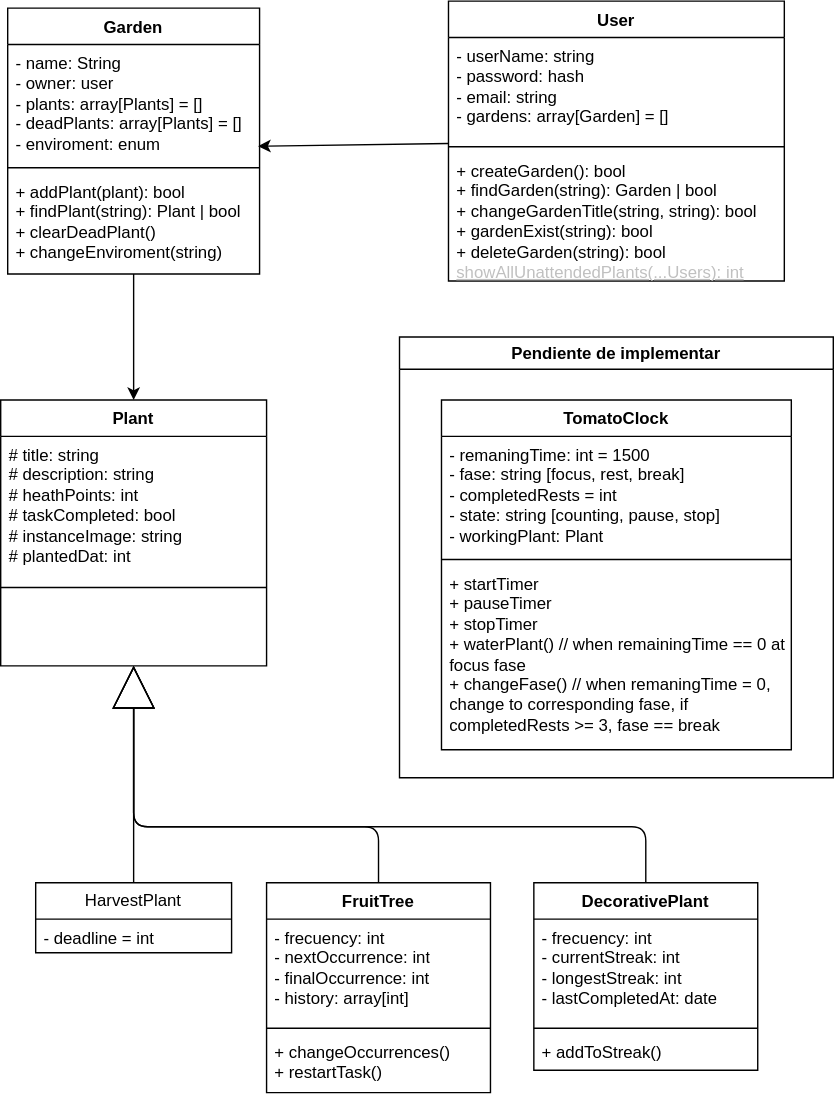
Above: utils/uml-pomodoro-garden.drawio.svg in danielmoralesar/pomodoro-garden (draw.io), before the change. Source tidied: cells renumbered, new cells last; positions are measured from the earlier drawing's top-left corner, leaving out a move shared by most shapes.
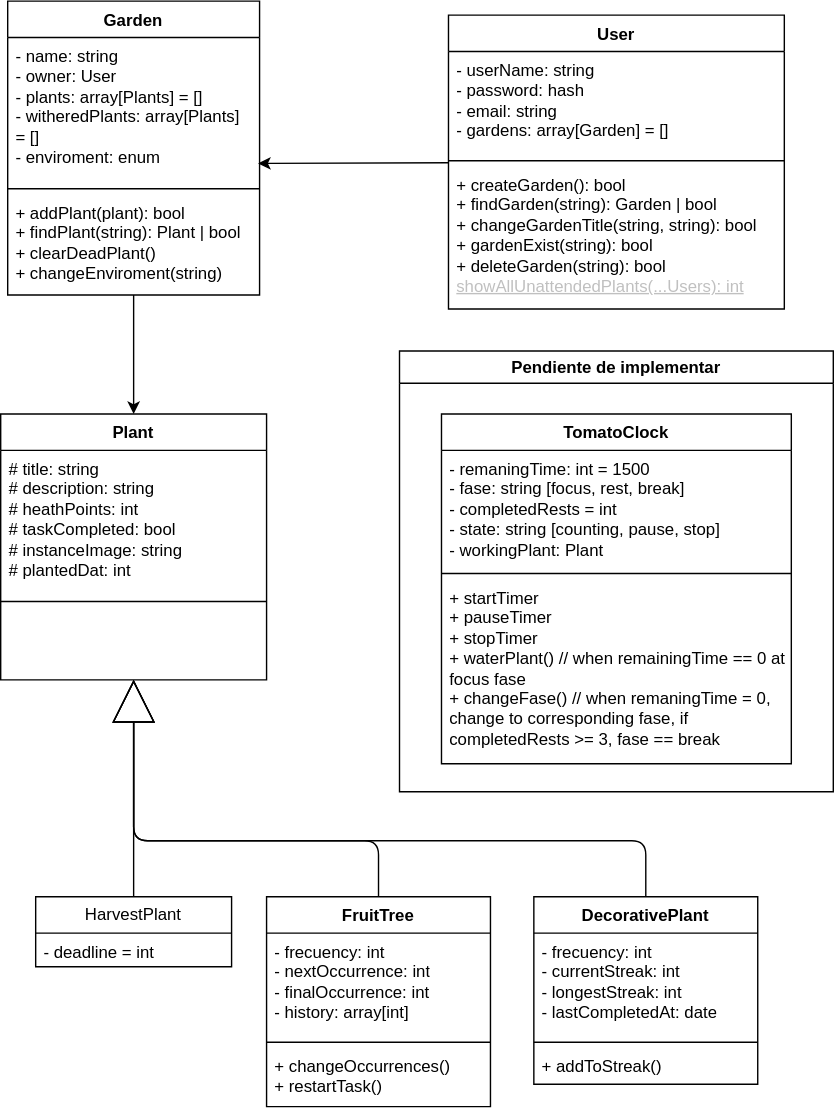
After the commit.

The edit, as a diff of the source:
```diff
@@ -67,19 +67,19 @@
       <mxGeometry relative="1" as="geometry" />
     </mxCell>
     <mxCell id="20" value="Garden" style="swimlane;fontStyle=1;align=center;verticalAlign=top;horizontal=1;startSize=26;whiteSpace=wrap;html=1;" parent="1" vertex="1">
-      <mxGeometry x="5" y="5" width="180" height="190" as="geometry" />
+      <mxGeometry x="5" y="-10" width="180" height="210" as="geometry" />
     </mxCell>
-    <mxCell id="21" value="&lt;div&gt;- name: String&lt;/div&gt;- owner: user&lt;div&gt;&lt;div&gt;- plants: array[Plants] = []&lt;/div&gt;&lt;/div&gt;&lt;div&gt;- deadPlants: array[Plants] = []&lt;/div&gt;&lt;div&gt;- enviroment: enum&lt;/div&gt;" style="text;strokeColor=none;fillColor=none;align=left;verticalAlign=top;spacingLeft=4;spacingRight=4;overflow=hidden;points=[[0,0.5],[1,0.5]];portConstraint=eastwest;whiteSpace=wrap;html=1;" parent="20" vertex="1">
-      <mxGeometry y="26" width="180" height="84" as="geometry" />
+    <mxCell id="21" value="&lt;div&gt;- name: string&lt;/div&gt;- owner: User&lt;div&gt;&lt;div&gt;- plants: array[Plants] = []&lt;/div&gt;&lt;/div&gt;&lt;div&gt;- witheredPlants: array[Plants] = []&lt;/div&gt;&lt;div&gt;- enviroment: enum&lt;/div&gt;" style="text;strokeColor=none;fillColor=none;align=left;verticalAlign=top;spacingLeft=4;spacingRight=4;overflow=hidden;points=[[0,0.5],[1,0.5]];portConstraint=eastwest;whiteSpace=wrap;html=1;" parent="20" vertex="1">
+      <mxGeometry y="26" width="180" height="104" as="geometry" />
     </mxCell>
     <mxCell id="22" style="line;strokeWidth=1;fillColor=none;align=left;verticalAlign=middle;spacingTop=-1;spacingLeft=3;spacingRight=3;labelPosition=right;strokeColor=inherit;" parent="20" vertex="1">
-      <mxGeometry y="110" width="180" height="8" as="geometry" />
+      <mxGeometry y="130" width="180" height="8" as="geometry" />
     </mxCell>
     <mxCell id="23" value="+ addPlant(plant): bool&lt;div&gt;&lt;font&gt;+ findPlant(string): Plant | bool&lt;br&gt;&lt;/font&gt;&lt;div&gt;+ clearDeadPlant()&lt;/div&gt;&lt;div&gt;+ changeEnviroment(string)&lt;/div&gt;&lt;/div&gt;" style="text;strokeColor=none;fillColor=none;align=left;verticalAlign=top;spacingLeft=4;spacingRight=4;overflow=hidden;whiteSpace=wrap;html=1;" parent="20" vertex="1">
-      <mxGeometry y="118" width="180" height="72" as="geometry" />
+      <mxGeometry y="138" width="180" height="72" as="geometry" />
     </mxCell>
     <mxCell id="24" value="User" style="swimlane;fontStyle=1;align=center;verticalAlign=top;horizontal=1;startSize=26;whiteSpace=wrap;html=1;" parent="1" vertex="1">
-      <mxGeometry x="320" width="240" height="200" as="geometry" />
+      <mxGeometry x="320" width="240" height="210" as="geometry" />
     </mxCell>
     <mxCell id="25" value="- userName: string&lt;div&gt;- password: hash&lt;/div&gt;&lt;div&gt;- email: string&lt;/div&gt;&lt;div&gt;- gardens: array[Garden] = []&lt;/div&gt;&lt;div&gt;&lt;br&gt;&lt;/div&gt;" style="text;strokeColor=none;fillColor=none;align=left;verticalAlign=top;spacingLeft=4;spacingRight=4;overflow=hidden;whiteSpace=wrap;html=1;" parent="24" vertex="1">
       <mxGeometry y="26" width="240" height="74" as="geometry" />
@@ -88,7 +88,7 @@
       <mxGeometry y="100" width="240" height="8" as="geometry" />
     </mxCell>
     <mxCell id="27" value="&lt;div&gt;&lt;span style=&quot;background-color: transparent;&quot;&gt;&lt;font style=&quot;color: rgb(0, 0, 0);&quot;&gt;+ createGarden(): bool&amp;nbsp;&lt;/font&gt;&lt;/span&gt;&lt;/div&gt;&lt;div&gt;&lt;font style=&quot;color: rgb(0, 0, 0);&quot;&gt;+ findGarden(string): Garden | bool&lt;/font&gt;&lt;/div&gt;&lt;div&gt;&lt;font style=&quot;color: rgb(0, 0, 0);&quot;&gt;+ changeGardenTitle(string, string): bool&lt;/font&gt;&lt;/div&gt;&lt;div&gt;&lt;font style=&quot;color: rgb(0, 0, 0);&quot;&gt;+ gardenExist(string): bool&lt;br&gt;&lt;/font&gt;&lt;div&gt;&lt;font style=&quot;color: rgb(0, 0, 0);&quot;&gt;+ deleteGarden(string): bool&lt;/font&gt;&lt;/div&gt;&lt;div&gt;&lt;font style=&quot;color: rgb(192, 192, 192);&quot;&gt;&lt;u style=&quot;scrollbar-color: rgb(75, 75, 75) rgb(27, 29, 30);&quot;&gt;showAllUnattendedPlants(...Users): int&lt;/u&gt;&lt;/font&gt;&lt;/div&gt;&lt;div&gt;&lt;br&gt;&lt;/div&gt;&lt;/div&gt;" style="text;strokeColor=none;fillColor=none;align=left;verticalAlign=top;spacingLeft=4;spacingRight=4;overflow=hidden;whiteSpace=wrap;html=1;" parent="24" vertex="1">
-      <mxGeometry y="108" width="240" height="92" as="geometry" />
+      <mxGeometry y="108" width="240" height="102" as="geometry" />
     </mxCell>
     <mxCell id="28" style="edgeStyle=none;html=1;entryX=0.994;entryY=0.865;entryDx=0;entryDy=0;entryPerimeter=0;" parent="1" edge="1" source="24" target="21">
       <mxGeometry relative="1" as="geometry" />
```
